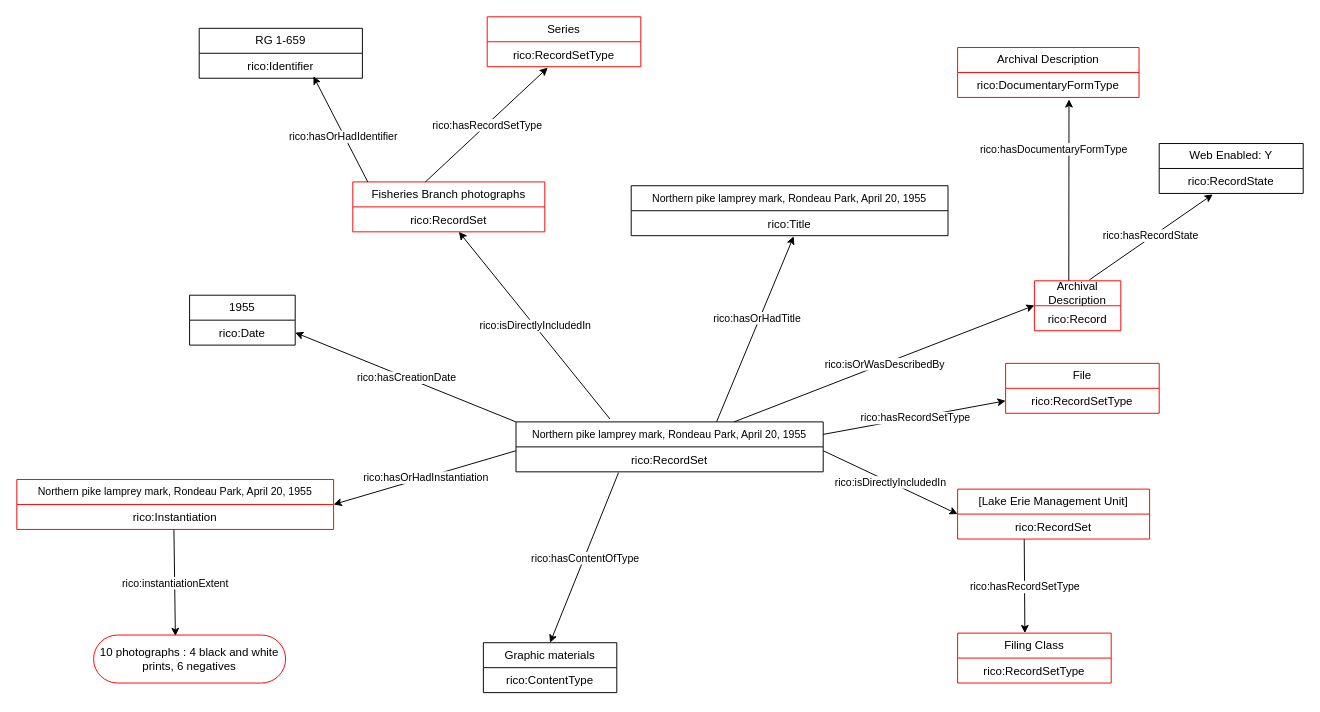
This is gbad/RG/1/659/RG 1-659 - Northern pike lamprey mark, Rondeau Park, April 20, 1955.drawio from williamsonrichard/records_in_contexts_draw_io_parser, a draw.io file, before an edit. Source tidied: cells renumbered, new cells numbered last; positions are measured from the earlier drawing's top-left corner, leaving out a move shared by most shapes. Both pictures are drawn from the tidied source at 96%, with x=0, y=0 at pixel (16, 16).
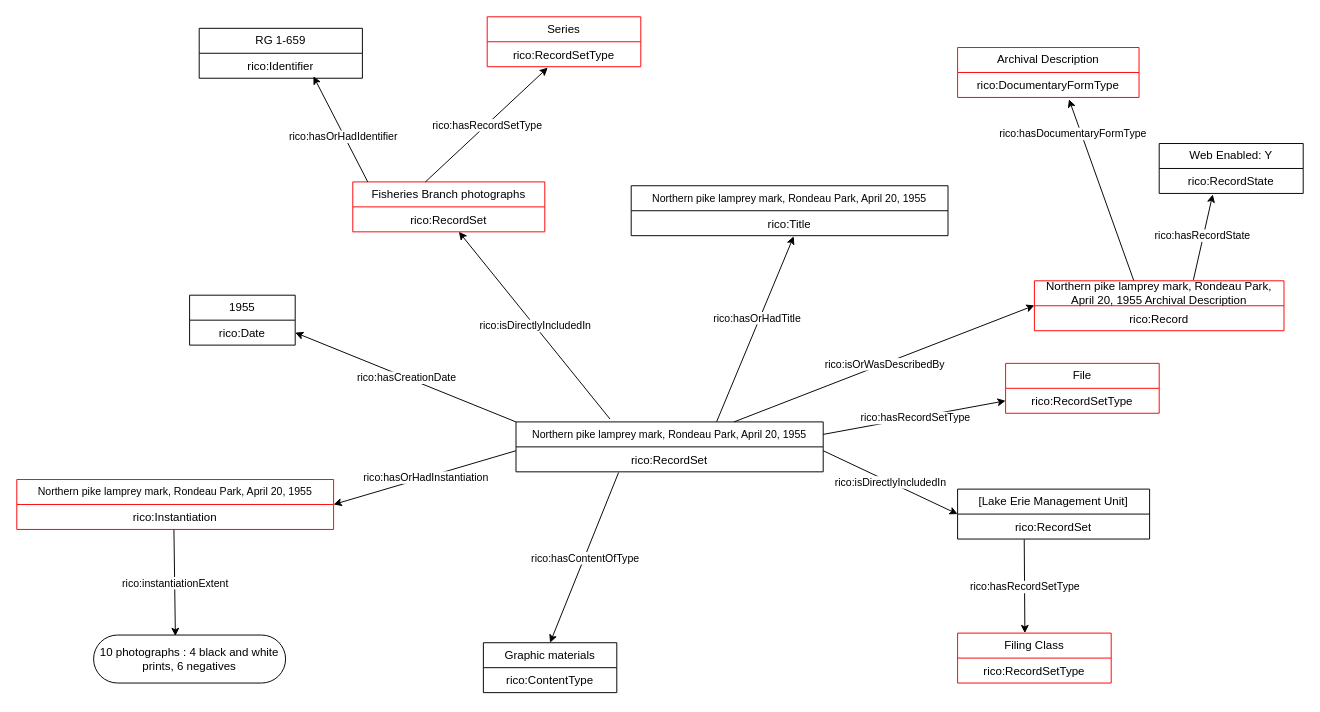
After the change.

Unchanged cells that the change refers to:
```xml
<mxCell id="29" style="endArrow=classic;html=1;rounded=0;entryX=0.614;entryY=1.077;entryDx=0;entryDy=0;entryPerimeter=0;exitX=0.398;exitY=-0.006;exitDx=0;exitDy=0;exitPerimeter=0;" parent="1" edge="1" source="21" target="28">
  <mxGeometry relative="1" as="geometry" />
</mxCell>
```

Change to the diagram source:
```diff
@@
-    <mxCell id="18" value="10 photographs : 4 black and white prints, 6 negatives" style="html=1;whiteSpace=wrap;rounded=1;arcSize=50;strokeColor=#FF0000;" parent="1" vertex="1">
+    <mxCell id="18" value="10 photographs : 4 black and white prints, 6 negatives" style="html=1;whiteSpace=wrap;rounded=1;arcSize=50;strokeColor=#000000;" parent="1" vertex="1">
       <mxGeometry x="80" y="644" width="200" height="50" as="geometry" />
     </mxCell>
@@
-    <mxCell id="21" value="Archival Description" style="swimlane;fontStyle=0;horizontal=1;startSize=26;fillColor=none;whiteSpace=wrap;html=1;strokeColor=#FF0000;" parent="1" vertex="1">
-      <mxGeometry x="1060" y="275" width="90" height="52" as="geometry" />
+    <mxCell id="21" value="&lt;font style=&quot;font-size: 12px;&quot;&gt;Northern pike lamprey mark, Rondeau Park, April 20, 1955 Archival Description&lt;/font&gt;" style="swimlane;fontStyle=0;horizontal=1;startSize=26;fillColor=none;whiteSpace=wrap;html=1;strokeColor=#FF0000;" parent="1" vertex="1">
+      <mxGeometry x="1060" y="275" width="260" height="52" as="geometry" />
     </mxCell>
     <mxCell id="22" value="rico:Record" style="text;strokeColor=none;fillColor=none;align=center;verticalAlign=top;spacingLeft=4;spacingRight=4;overflow=hidden;points=[[0,0.5],[1,0.5]];portConstraint=eastwest;whiteSpace=wrap;html=1;" parent="21" vertex="1">
-      <mxGeometry y="26" width="90" height="26" as="geometry" />
+      <mxGeometry y="26" width="260" height="26" as="geometry" />
     </mxCell>
@@
     <mxCell id="30" value="rico:hasDocumentaryFormType" style="edgeLabel;html=1;align=center;verticalAlign=middle;" parent="29" vertex="1">
       <mxGeometry relative="1" as="geometry">
-        <mxPoint x="-16" y="-43" as="offset" />
+        <mxPoint x="-30" y="-59" as="offset" />
       </mxGeometry>
     </mxCell>
@@
-    <mxCell id="35" value="[Lake Erie Management Unit]" style="swimlane;fontStyle=0;horizontal=1;startSize=26;fillColor=none;whiteSpace=wrap;html=1;strokeColor=#FF0000;" parent="1" vertex="1">
+    <mxCell id="35" value="[Lake Erie Management Unit]" style="swimlane;fontStyle=0;horizontal=1;startSize=26;fillColor=none;whiteSpace=wrap;html=1;strokeColor=#000000;" parent="1" vertex="1">
       <mxGeometry x="980" y="492" width="200" height="52" as="geometry" />
     </mxCell>
```
